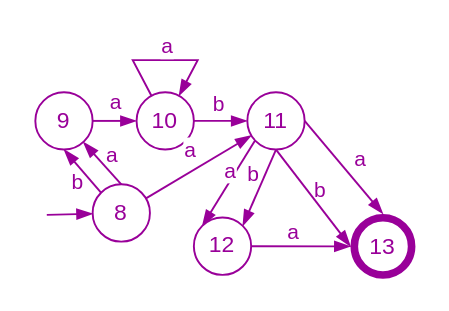
The draw.io diagram diagrams/examples/11_example_input.drawio in Nikolai2038/draw-io-automata-parser, before the edit. Source tidied: cells renumbered, new cells numbered last; positions are measured from the earlier drawing's top-left corner, leaving out a move shared by most shapes. Both pictures are drawn from the tidied source at 191%, with x=0, y=0 at pixel (34, 59).
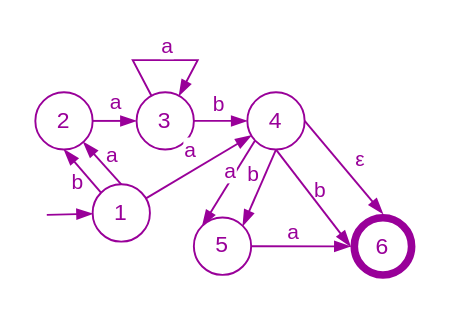
The same diagram, later.

The change refers to these unchanged cells:
```xml
<mxCell id="25" style="edgeStyle=none;shape=connector;rounded=0;jettySize=auto;html=1;labelBackgroundColor=none;strokeColor=#990099;align=center;verticalAlign=middle;fontFamily=Helvetica;fontSize=11;fontColor=#990099;endArrow=blockThin;endFill=1;entryX=0.5;entryY=0;entryDx=0;entryDy=0;exitX=1;exitY=0.5;exitDx=0;exitDy=0;" parent="1" edge="1" source="17" target="27">
  <mxGeometry relative="1" as="geometry" />
</mxCell>
```

Diff of the diagram source:
```diff
@@
-    <mxCell id="4" value="8" style="ellipse;whiteSpace=wrap;html=1;fontColor=#990099;strokeColor=#990099;" parent="1" vertex="1">
+    <mxCell id="4" value="1" style="ellipse;whiteSpace=wrap;html=1;fontColor=#990099;strokeColor=#990099;" parent="1" vertex="1">
       <mxGeometry x="30" y="65" width="30" height="30" as="geometry" />
     </mxCell>
-    <mxCell id="5" value="9" style="ellipse;whiteSpace=wrap;html=1;fontColor=#990099;strokeColor=#990099;strokeWidth=1;perimeterSpacing=0;" parent="1" vertex="1">
+    <mxCell id="5" value="2" style="ellipse;whiteSpace=wrap;html=1;fontColor=#990099;strokeColor=#990099;strokeWidth=1;perimeterSpacing=0;" parent="1" vertex="1">
       <mxGeometry y="16.8" width="30" height="30" as="geometry" />
     </mxCell>
@@
-    <mxCell id="12" value="10" style="ellipse;whiteSpace=wrap;html=1;fontColor=#990099;strokeColor=#990099;" parent="1" vertex="1">
+    <mxCell id="12" value="3" style="ellipse;whiteSpace=wrap;html=1;fontColor=#990099;strokeColor=#990099;" parent="1" vertex="1">
       <mxGeometry x="53" y="16.8" width="30" height="30" as="geometry" />
     </mxCell>
@@
-    <mxCell id="17" value="11" style="ellipse;whiteSpace=wrap;html=1;fontColor=#990099;strokeColor=#990099;strokeWidth=1;perimeterSpacing=0;" parent="1" vertex="1">
+    <mxCell id="17" value="4" style="ellipse;whiteSpace=wrap;html=1;fontColor=#990099;strokeColor=#990099;strokeWidth=1;perimeterSpacing=0;" parent="1" vertex="1">
       <mxGeometry x="111" y="16.8" width="30" height="30" as="geometry" />
     </mxCell>
@@
-    <mxCell id="20" value="12" style="ellipse;whiteSpace=wrap;html=1;fontColor=#990099;strokeColor=#990099;strokeWidth=1;perimeterSpacing=0;" parent="1" vertex="1">
+    <mxCell id="20" value="5" style="ellipse;whiteSpace=wrap;html=1;fontColor=#990099;strokeColor=#990099;strokeWidth=1;perimeterSpacing=0;" parent="1" vertex="1">
       <mxGeometry x="83" y="82.4" width="30" height="30" as="geometry" />
     </mxCell>
@@
-    <mxCell id="26" value="a" style="edgeLabel;html=1;align=center;verticalAlign=middle;fontSize=11;fontFamily=Helvetica;fontColor=#990099;labelBackgroundColor=none;" parent="25" vertex="1">
+    <mxCell id="26" value="ε" style="edgeLabel;html=1;align=center;verticalAlign=middle;fontSize=11;fontFamily=Helvetica;fontColor=#990099;labelBackgroundColor=none;" parent="25" vertex="1">
       <mxGeometry x="0.06" y="-1" relative="1" as="geometry">
         <mxPoint x="7" y="-7" as="offset" />
       </mxGeometry>
     </mxCell>
-    <mxCell id="27" value="13" style="ellipse;whiteSpace=wrap;html=1;fontColor=#990099;strokeColor=#990099;strokeWidth=4;perimeterSpacing=2;" parent="1" vertex="1">
+    <mxCell id="27" value="6" style="ellipse;whiteSpace=wrap;html=1;fontColor=#990099;strokeColor=#990099;strokeWidth=4;perimeterSpacing=2;" parent="1" vertex="1">
       <mxGeometry x="167" y="82.5" width="30" height="30" as="geometry" />
     </mxCell>
```
